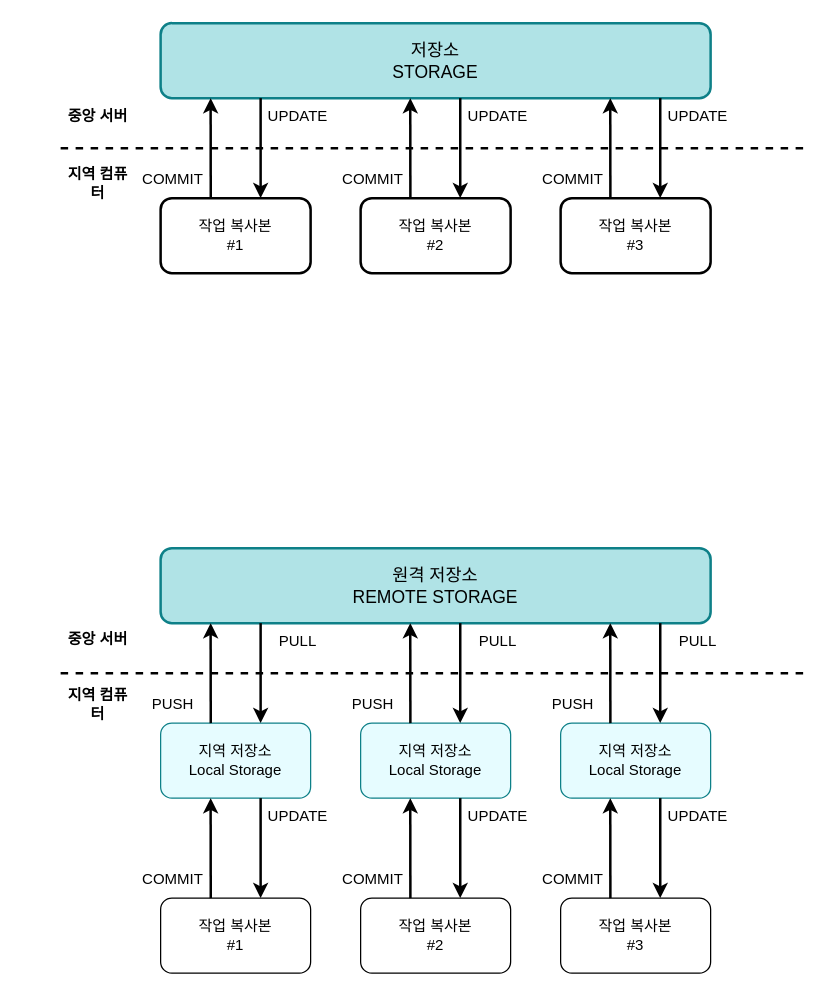
Earlier version of the draw.io diagram assets/drawio/버전관리시스템_분산형_중앙집중형.drawio (whdrns2013/whdrns2013.github.io). Source tidied: cells renumbered, new cells numbered last; positions are measured from the earlier drawing's top-left corner, leaving out a move shared by most shapes. Both pictures are drawn from the tidied source at 125%, with x=0, y=0 at pixel (60, 22).
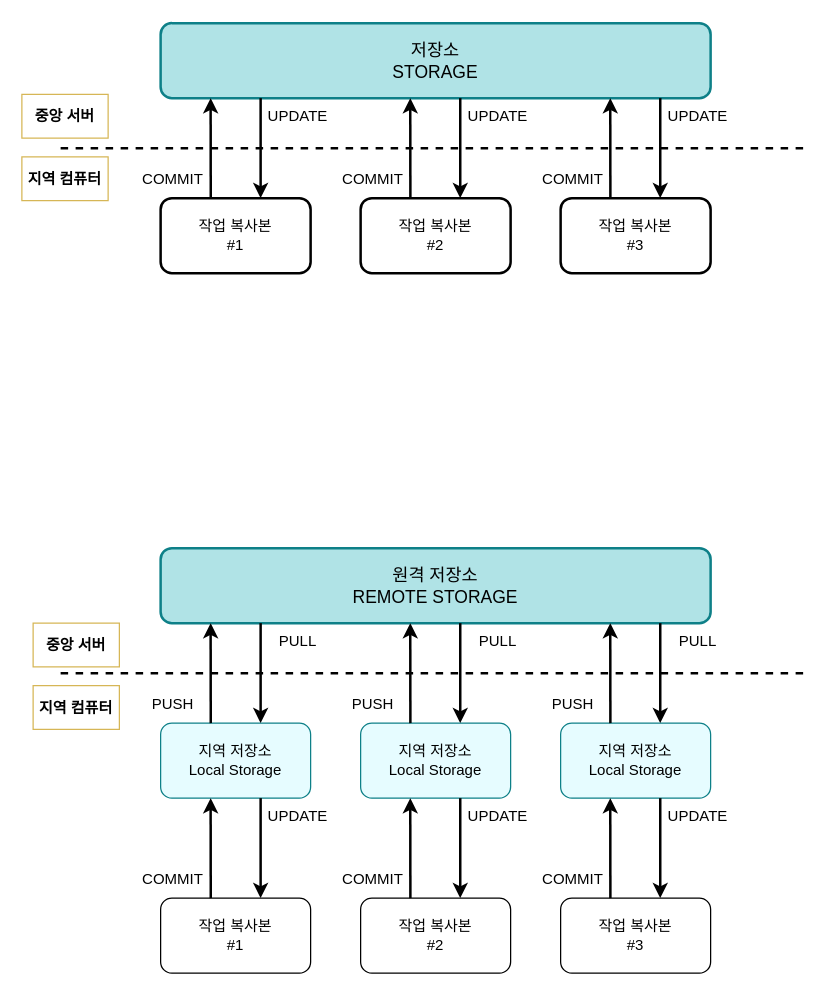
After the change.

Diff of the diagram source:
```diff
@@
-    <mxCell id="51" value="중앙 서버" style="text;strokeColor=none;align=center;fillColor=none;html=1;verticalAlign=middle;whiteSpace=wrap;rounded=0;fontStyle=1;" parent="1" vertex="1">
-      <mxGeometry y="57.5" width="60" height="35" as="geometry" />
-    </mxCell>
-    <mxCell id="52" value="지역 컴퓨터" style="text;strokeColor=none;align=center;fillColor=none;html=1;verticalAlign=middle;whiteSpace=wrap;rounded=0;fontStyle=1;" parent="1" vertex="1">
-      <mxGeometry y="110" width="60" height="35" as="geometry" />
-    </mxCell>
-    <mxCell id="53" value="중앙 서버" style="text;strokeColor=none;align=center;fillColor=none;html=1;verticalAlign=middle;whiteSpace=wrap;rounded=0;fontStyle=1;" parent="1" vertex="1">
-      <mxGeometry y="475" width="60" height="35" as="geometry" />
-    </mxCell>
-    <mxCell id="54" value="지역 컴퓨터" style="text;strokeColor=none;align=center;fillColor=none;html=1;verticalAlign=middle;whiteSpace=wrap;rounded=0;fontStyle=1;" parent="1" vertex="1">
-      <mxGeometry y="527.5" width="60" height="35" as="geometry" />
-    </mxCell>
+    <mxCell id="55" value="지역 컴퓨터" style="text;strokeColor=#d6b656;align=center;fillColor=none;html=1;verticalAlign=middle;whiteSpace=wrap;rounded=0;fontStyle=1;" parent="1" vertex="1">
+      <mxGeometry x="-31" y="107" width="69" height="35" as="geometry" />
+    </mxCell>
+    <mxCell id="56" value="중앙 서버" style="text;strokeColor=#d6b656;align=center;fillColor=none;html=1;verticalAlign=middle;whiteSpace=wrap;rounded=0;fontStyle=1;" parent="1" vertex="1">
+      <mxGeometry x="-31" y="57" width="69" height="35" as="geometry" />
+    </mxCell>
+    <mxCell id="57" value="지역 컴퓨터" style="text;strokeColor=#d6b656;align=center;fillColor=none;html=1;verticalAlign=middle;whiteSpace=wrap;rounded=0;fontStyle=1;" parent="1" vertex="1">
+      <mxGeometry x="-22" y="530" width="69" height="35" as="geometry" />
+    </mxCell>
+    <mxCell id="58" value="중앙 서버" style="text;strokeColor=#d6b656;align=center;fillColor=none;html=1;verticalAlign=middle;whiteSpace=wrap;rounded=0;fontStyle=1;" parent="1" vertex="1">
+      <mxGeometry x="-22" y="480" width="69" height="35" as="geometry" />
+    </mxCell>
```
